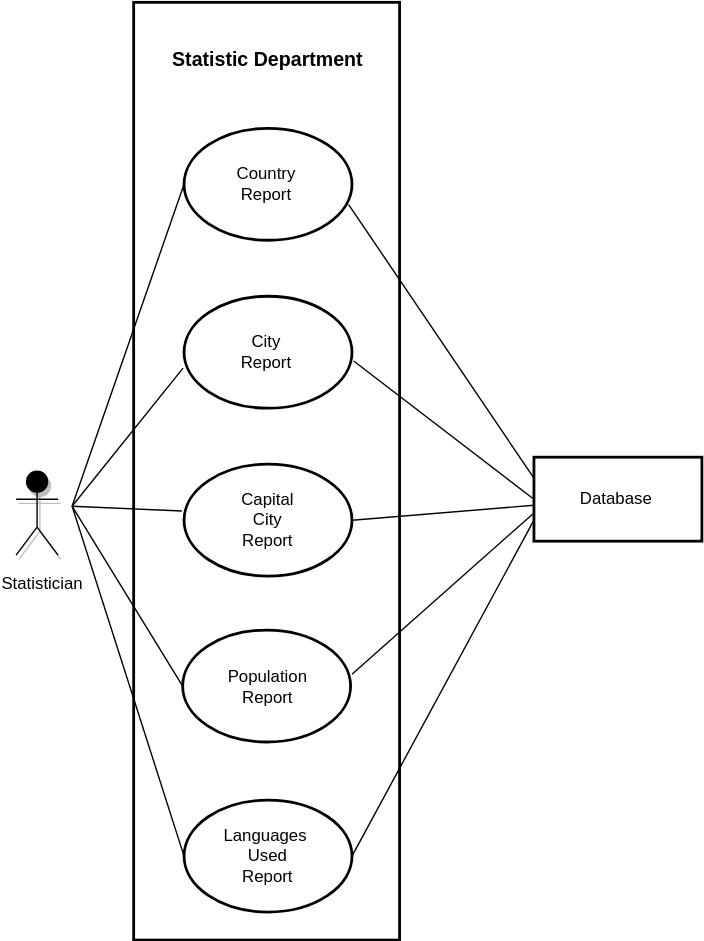
The draw.io diagram uml/user_cases_diagram.svg in xx00a/Group6, before a commit. Source tidied: cells renumbered, new cells last; positions are measured from the earlier drawing's top-left corner, leaving out a move shared by most shapes.
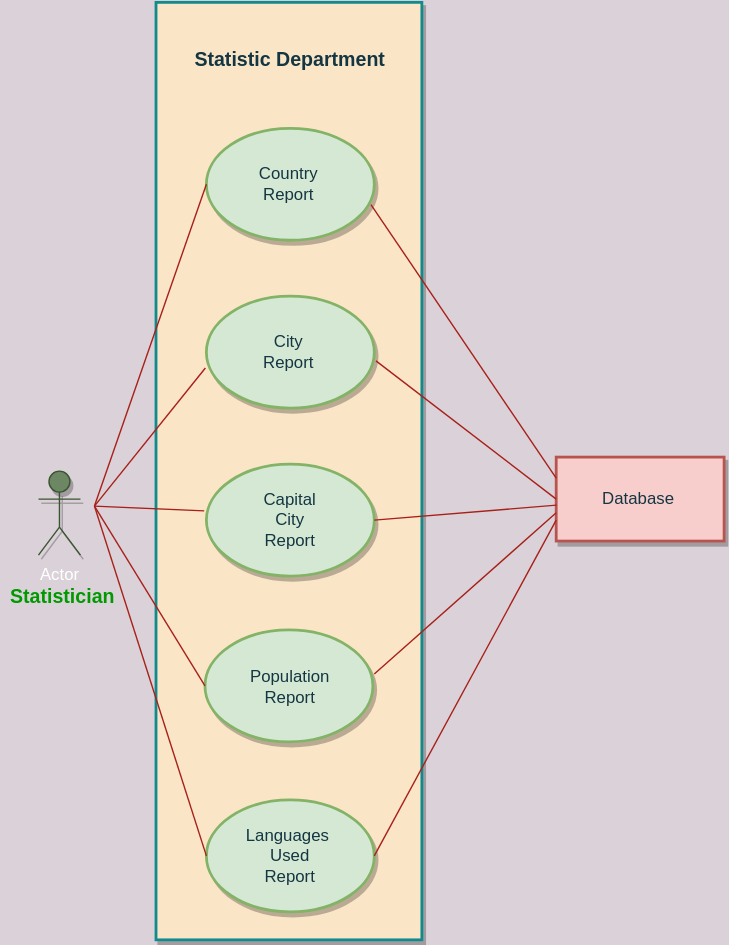
Above is the later version.

Diff of the diagram source:
```diff
@@ -1,98 +1,98 @@
-<mxGraphModel>
+<mxGraphModel background="#DAD2D8">
   <root>
     <mxCell id="0" />
     <mxCell id="1" parent="0" />
-    <mxCell id="2" style="rounded=0;whiteSpace=wrap;html=1;fillColor=none;strokeColor=#000;shadow=0;strokeWidth=2;" parent="1" vertex="1">
+    <mxCell id="2" style="rounded=0;whiteSpace=wrap;html=1;fillColor=#FAE5C7;strokeColor=#0F8B8D;shadow=1;strokeWidth=2;fontColor=#143642;" parent="1" vertex="1">
       <mxGeometry x="95" width="190" height="670" as="geometry" />
     </mxCell>
-    <mxCell id="3" value="Actor" style="shape=umlActor;verticalLabelPosition=bottom;verticalAlign=top;html=1;fillColor=#000;fontColor=#ffffff;strokeColor=#000;shadow=1;" parent="1" vertex="1">
+    <mxCell id="3" value="Actor" style="shape=umlActor;verticalLabelPosition=bottom;verticalAlign=top;html=1;fillColor=#6d8764;fontColor=#ffffff;strokeColor=#3A5431;shadow=1;" parent="1" vertex="1">
       <mxGeometry x="11" y="335" width="30" height="60" as="geometry" />
     </mxCell>
-    <mxCell id="4" style="ellipse;whiteSpace=wrap;html=1;fillColor=none;strokeColor=#000;shadow=0;strokeWidth=2;" parent="1" vertex="1">
+    <mxCell id="4" style="ellipse;whiteSpace=wrap;html=1;fillColor=#d5e8d4;strokeColor=#82b366;shadow=1;strokeWidth=2;sketch=0;" parent="1" vertex="1">
       <mxGeometry x="131" y="90" width="120" height="80" as="geometry" />
     </mxCell>
-    <mxCell id="5" value="Country&lt;br&gt;Report" style="text;html=1;strokeColor=none;fillColor=none;align=center;verticalAlign=middle;whiteSpace=wrap;rounded=0;" parent="1" vertex="1">
+    <mxCell id="5" value="Country&lt;br&gt;Report" style="text;html=1;strokeColor=none;fillColor=none;align=center;verticalAlign=middle;whiteSpace=wrap;rounded=0;fontColor=#143642;" parent="1" vertex="1">
       <mxGeometry x="160" y="115" width="60" height="30" as="geometry" />
     </mxCell>
-    <mxCell id="6" style="ellipse;whiteSpace=wrap;html=1;fillColor=none;strokeColor=#000;shadow=0;strokeWidth=2;" parent="1" vertex="1">
+    <mxCell id="6" style="ellipse;whiteSpace=wrap;html=1;fillColor=#d5e8d4;strokeColor=#82b366;shadow=1;strokeWidth=2;" parent="1" vertex="1">
       <mxGeometry x="131" y="210" width="120" height="80" as="geometry" />
     </mxCell>
-    <mxCell id="7" value="City&lt;br&gt;Report" style="text;html=1;strokeColor=none;fillColor=none;align=center;verticalAlign=middle;whiteSpace=wrap;rounded=0;" parent="1" vertex="1">
+    <mxCell id="7" value="City&lt;br&gt;Report" style="text;html=1;strokeColor=none;fillColor=none;align=center;verticalAlign=middle;whiteSpace=wrap;rounded=0;fontColor=#143642;" parent="1" vertex="1">
       <mxGeometry x="160" y="235" width="60" height="30" as="geometry" />
     </mxCell>
-    <mxCell id="8" style="ellipse;whiteSpace=wrap;html=1;fillColor=none;strokeColor=#000;shadow=0;strokeWidth=2;" parent="1" vertex="1">
+    <mxCell id="8" style="ellipse;whiteSpace=wrap;html=1;fillColor=#d5e8d4;strokeColor=#82b366;shadow=1;strokeWidth=2;" parent="1" vertex="1">
       <mxGeometry x="131" y="330" width="120" height="80" as="geometry" />
     </mxCell>
-    <mxCell id="9" value="Capital&lt;br&gt;City&lt;br&gt;Report" style="text;html=1;strokeColor=none;fillColor=none;align=center;verticalAlign=middle;whiteSpace=wrap;rounded=0;" parent="1" vertex="1">
+    <mxCell id="9" value="Capital&lt;br&gt;City&lt;br&gt;Report" style="text;html=1;strokeColor=none;fillColor=none;align=center;verticalAlign=middle;whiteSpace=wrap;rounded=0;fontColor=#143642;" parent="1" vertex="1">
       <mxGeometry x="161" y="355" width="60" height="30" as="geometry" />
     </mxCell>
-    <mxCell id="10" style="ellipse;whiteSpace=wrap;html=1;fillColor=none;strokeColor=#000;shadow=0;strokeWidth=2;" parent="1" vertex="1">
+    <mxCell id="10" style="ellipse;whiteSpace=wrap;html=1;fillColor=#d5e8d4;strokeColor=#82b366;shadow=1;strokeWidth=2;" parent="1" vertex="1">
       <mxGeometry x="130" y="448.5" width="120" height="80" as="geometry" />
     </mxCell>
-    <mxCell id="11" value="Population&lt;br&gt;Report" style="text;html=1;strokeColor=none;fillColor=none;align=center;verticalAlign=middle;whiteSpace=wrap;rounded=0;" parent="1" vertex="1">
+    <mxCell id="11" value="Population&lt;br&gt;Report" style="text;html=1;strokeColor=none;fillColor=none;align=center;verticalAlign=middle;whiteSpace=wrap;rounded=0;fontColor=#143642;" parent="1" vertex="1">
       <mxGeometry x="161" y="476" width="60" height="25" as="geometry" />
     </mxCell>
-    <mxCell id="12" style="endArrow=none;html=1;rounded=0;entryX=0;entryY=0.5;entryDx=0;entryDy=0;" parent="1" edge="1" target="4">
+    <mxCell id="12" style="endArrow=none;html=1;rounded=0;entryX=0;entryY=0.5;entryDx=0;entryDy=0;fillColor=#FAE5C7;strokeColor=#A8201A;labelBackgroundColor=#DAD2D8;fontColor=#143642;" parent="1" edge="1" target="4">
       <mxGeometry relative="1" as="geometry">
         <mxPoint x="51" y="360" as="sourcePoint" />
       </mxGeometry>
     </mxCell>
-    <mxCell id="13" style="endArrow=none;html=1;rounded=0;entryX=-0.006;entryY=0.642;entryDx=0;entryDy=0;entryPerimeter=0;" parent="1" edge="1" target="6">
+    <mxCell id="13" style="endArrow=none;html=1;rounded=0;entryX=-0.006;entryY=0.642;entryDx=0;entryDy=0;entryPerimeter=0;labelBackgroundColor=#DAD2D8;strokeColor=#A8201A;fontColor=#143642;" parent="1" edge="1" target="6">
       <mxGeometry relative="1" as="geometry">
         <mxPoint x="51" y="360" as="sourcePoint" />
       </mxGeometry>
     </mxCell>
-    <mxCell id="14" style="endArrow=none;html=1;rounded=0;entryX=-0.013;entryY=0.418;entryDx=0;entryDy=0;entryPerimeter=0;" parent="1" edge="1" target="8">
+    <mxCell id="14" style="endArrow=none;html=1;rounded=0;entryX=-0.013;entryY=0.418;entryDx=0;entryDy=0;entryPerimeter=0;labelBackgroundColor=#DAD2D8;strokeColor=#A8201A;fontColor=#143642;" parent="1" edge="1" target="8">
       <mxGeometry relative="1" as="geometry">
         <mxPoint x="51" y="360" as="sourcePoint" />
       </mxGeometry>
     </mxCell>
-    <mxCell id="15" style="endArrow=none;html=1;rounded=0;entryX=0;entryY=0.5;entryDx=0;entryDy=0;" parent="1" edge="1" target="10">
+    <mxCell id="15" style="endArrow=none;html=1;rounded=0;entryX=0;entryY=0.5;entryDx=0;entryDy=0;labelBackgroundColor=#DAD2D8;strokeColor=#A8201A;fontColor=#143642;" parent="1" edge="1" target="10">
       <mxGeometry relative="1" as="geometry">
         <mxPoint x="51" y="360" as="sourcePoint" />
       </mxGeometry>
     </mxCell>
-    <mxCell id="16" style="rounded=0;whiteSpace=wrap;html=1;shadow=0;fillColor=none;strokeColor=#000;strokeWidth=2;" parent="1" vertex="1">
+    <mxCell id="16" style="rounded=0;whiteSpace=wrap;html=1;shadow=1;fillColor=#f8cecc;strokeColor=#b85450;strokeWidth=2;" parent="1" vertex="1">
       <mxGeometry x="381" y="325" width="120" height="60" as="geometry" />
     </mxCell>
-    <mxCell id="17" value="Database" style="text;html=1;strokeColor=none;fillColor=none;align=center;verticalAlign=middle;whiteSpace=wrap;rounded=0;" parent="1" vertex="1">
+    <mxCell id="17" value="Database" style="text;html=1;strokeColor=none;fillColor=none;align=center;verticalAlign=middle;whiteSpace=wrap;rounded=0;fontColor=#143642;" parent="1" vertex="1">
       <mxGeometry x="410" y="340" width="60" height="30" as="geometry" />
     </mxCell>
-    <mxCell id="18" style="endArrow=none;html=1;rounded=0;entryX=0.98;entryY=0.681;entryDx=0;entryDy=0;entryPerimeter=0;exitX=0;exitY=0.25;exitDx=0;exitDy=0;" parent="1" edge="1" source="16" target="4">
+    <mxCell id="18" style="endArrow=none;html=1;rounded=0;entryX=0.98;entryY=0.681;entryDx=0;entryDy=0;entryPerimeter=0;exitX=0;exitY=0.25;exitDx=0;exitDy=0;labelBackgroundColor=#DAD2D8;strokeColor=#A8201A;fontColor=#143642;" parent="1" edge="1" source="16" target="4">
       <mxGeometry relative="1" as="geometry" />
     </mxCell>
-    <mxCell id="19" style="endArrow=none;html=1;rounded=0;entryX=1.01;entryY=0.578;entryDx=0;entryDy=0;entryPerimeter=0;exitX=0;exitY=0.5;exitDx=0;exitDy=0;" parent="1" edge="1" source="16" target="6">
+    <mxCell id="19" style="endArrow=none;html=1;rounded=0;entryX=1.01;entryY=0.578;entryDx=0;entryDy=0;entryPerimeter=0;exitX=0;exitY=0.5;exitDx=0;exitDy=0;labelBackgroundColor=#DAD2D8;strokeColor=#A8201A;fontColor=#143642;" parent="1" edge="1" source="16" target="6">
       <mxGeometry relative="1" as="geometry" />
     </mxCell>
-    <mxCell id="20" style="endArrow=none;html=1;rounded=0;exitX=0.002;exitY=0.639;exitDx=0;exitDy=0;entryX=1;entryY=0.5;entryDx=0;entryDy=0;exitPerimeter=0;" parent="1" edge="1" target="8">
+    <mxCell id="20" style="endArrow=none;html=1;rounded=0;exitX=0.002;exitY=0.639;exitDx=0;exitDy=0;entryX=1;entryY=0.5;entryDx=0;entryDy=0;exitPerimeter=0;labelBackgroundColor=#DAD2D8;strokeColor=#A8201A;fontColor=#143642;" parent="1" edge="1" target="8">
       <mxGeometry relative="1" as="geometry">
         <mxPoint x="381.2" y="359.3" as="sourcePoint" />
       </mxGeometry>
     </mxCell>
-    <mxCell id="21" style="endArrow=none;html=1;rounded=0;entryX=0.98;entryY=0.681;entryDx=0;entryDy=0;entryPerimeter=0;exitX=0;exitY=0.797;exitDx=0;exitDy=0;exitPerimeter=0;" parent="1" edge="1">
+    <mxCell id="21" style="endArrow=none;html=1;rounded=0;entryX=0.98;entryY=0.681;entryDx=0;entryDy=0;entryPerimeter=0;exitX=0;exitY=0.797;exitDx=0;exitDy=0;exitPerimeter=0;labelBackgroundColor=#DAD2D8;strokeColor=#A8201A;fontColor=#143642;" parent="1" edge="1">
       <mxGeometry relative="1" as="geometry">
         <mxPoint x="381" y="364.8" as="sourcePoint" />
         <mxPoint x="251" y="480" as="targetPoint" />
       </mxGeometry>
     </mxCell>
-    <mxCell id="22" value="&lt;b&gt;&lt;font style=&quot;font-size: 14px&quot;&gt;Statistic Department&lt;/font&gt;&lt;/b&gt;" style="text;html=1;strokeColor=none;fillColor=none;align=center;verticalAlign=middle;whiteSpace=wrap;rounded=0;shadow=1;" parent="1" vertex="1">
+    <mxCell id="22" value="&lt;b&gt;&lt;font style=&quot;font-size: 14px&quot;&gt;Statistic Department&lt;/font&gt;&lt;/b&gt;" style="text;html=1;strokeColor=none;fillColor=none;align=center;verticalAlign=middle;whiteSpace=wrap;rounded=0;shadow=1;fontColor=#143642;" parent="1" vertex="1">
       <mxGeometry x="116" y="26" width="150" height="30" as="geometry" />
     </mxCell>
-    <mxCell id="23" value="Statistician" style="text;html=1;strokeColor=none;fillColor=none;align=center;verticalAlign=middle;whiteSpace=wrap;rounded=0;shadow=1;" parent="1" vertex="1">
-      <mxGeometry y="401" width="60" height="30" as="geometry" />
+    <mxCell id="23" value="Statistician" style="text;html=1;align=center;verticalAlign=middle;whiteSpace=wrap;rounded=0;shadow=1;strokeColor=none;fontColor=#009900;fontSize=14;fontStyle=1;" parent="1" vertex="1">
+      <mxGeometry x="-16" y="395" width="89" height="59" as="geometry" />
     </mxCell>
-    <mxCell id="24" style="ellipse;whiteSpace=wrap;html=1;fillColor=none;strokeColor=#000;shadow=0;strokeWidth=2;" parent="1" vertex="1">
+    <mxCell id="24" style="ellipse;whiteSpace=wrap;html=1;fillColor=#d5e8d4;strokeColor=#82b366;shadow=1;strokeWidth=2;" parent="1" vertex="1">
       <mxGeometry x="131" y="570" width="120" height="80" as="geometry" />
     </mxCell>
-    <mxCell id="25" value="Languages&amp;nbsp;&lt;br&gt;Used&lt;br&gt;Report" style="text;html=1;strokeColor=none;fillColor=none;align=center;verticalAlign=middle;whiteSpace=wrap;rounded=0;" parent="1" vertex="1">
+    <mxCell id="25" value="Languages&amp;nbsp;&lt;br&gt;Used&lt;br&gt;Report" style="text;html=1;strokeColor=none;fillColor=none;align=center;verticalAlign=middle;whiteSpace=wrap;rounded=0;fontColor=#143642;" parent="1" vertex="1">
       <mxGeometry x="161" y="597.5" width="60" height="25" as="geometry" />
     </mxCell>
-    <mxCell id="26" style="endArrow=none;html=1;rounded=0;entryX=0;entryY=0.5;entryDx=0;entryDy=0;" parent="1" edge="1" target="24">
+    <mxCell id="26" style="endArrow=none;html=1;rounded=0;entryX=0;entryY=0.5;entryDx=0;entryDy=0;labelBackgroundColor=#DAD2D8;strokeColor=#A8201A;fontColor=#143642;" parent="1" edge="1" target="24">
       <mxGeometry relative="1" as="geometry">
         <mxPoint x="51" y="360" as="sourcePoint" />
       </mxGeometry>
     </mxCell>
-    <mxCell id="27" style="endArrow=none;html=1;rounded=0;entryX=1;entryY=0.5;entryDx=0;entryDy=0;exitX=0;exitY=0.75;exitDx=0;exitDy=0;" parent="1" edge="1" source="16" target="24">
+    <mxCell id="27" style="endArrow=none;html=1;rounded=0;entryX=1;entryY=0.5;entryDx=0;entryDy=0;exitX=0;exitY=0.75;exitDx=0;exitDy=0;labelBackgroundColor=#DAD2D8;strokeColor=#A8201A;fontColor=#143642;" parent="1" edge="1" source="16" target="24">
       <mxGeometry relative="1" as="geometry" />
     </mxCell>
   </root>
```
